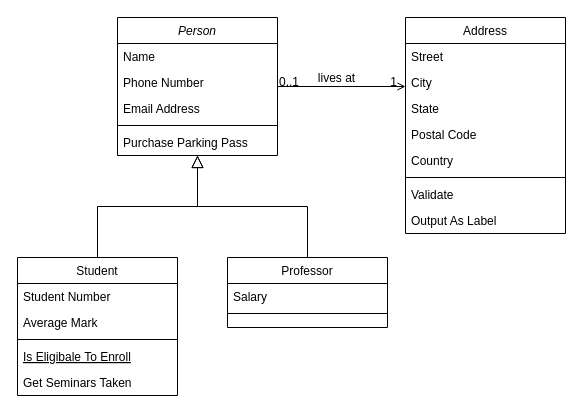
The draw.io diagram Untitled Diagram.drawio in vinivpest/diagrams, before the edit. Source tidied: cells renumbered, new cells numbered last; positions are measured from the earlier drawing's top-left corner, leaving out a move shared by most shapes. Both pictures are drawn from the tidied source at 100%, with x=0, y=0 at pixel (17, 17).
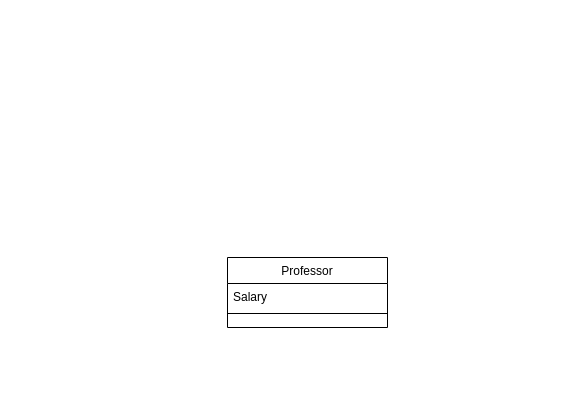
After the change.

The change refers to these unchanged cells:
```xml
<mxCell id="15" value="Professor" style="swimlane;fontStyle=0;align=center;verticalAlign=top;horizontal=1;startSize=26;rounded=0;shadow=0;strokeWidth=1;" parent="1" vertex="1">
  <mxGeometry x="210" y="240" width="160" height="70" as="geometry" />
</mxCell>
```

What changed in the source:
```diff
@@
-    <mxCell id="2" value="Person" style="swimlane;fontStyle=2;align=center;verticalAlign=top;horizontal=1;startSize=26;rounded=0;shadow=0;strokeWidth=1;" parent="1" vertex="1">
-      <mxGeometry x="100" width="160" height="138" as="geometry" />
-    </mxCell>
-    <mxCell id="3" value="Name" style="text;align=left;verticalAlign=top;spacingLeft=4;spacingRight=4;overflow=hidden;" parent="2" vertex="1">
-      <mxGeometry y="26" width="160" height="26" as="geometry" />
-    </mxCell>
-    <mxCell id="4" value="Phone Number" style="text;align=left;verticalAlign=top;spacingLeft=4;spacingRight=4;overflow=hidden;rounded=0;shadow=0;html=0;" parent="2" vertex="1">
-      <mxGeometry y="52" width="160" height="26" as="geometry" />
-    </mxCell>
-    <mxCell id="5" value="Email Address" style="text;align=left;verticalAlign=top;spacingLeft=4;spacingRight=4;overflow=hidden;rounded=0;shadow=0;html=0;" parent="2" vertex="1">
-      <mxGeometry y="78" width="160" height="26" as="geometry" />
-    </mxCell>
-    <mxCell id="6" style="line;html=1;strokeWidth=1;align=left;verticalAlign=middle;spacingTop=-1;spacingLeft=3;spacingRight=3;labelPosition=right;" parent="2" vertex="1">
-      <mxGeometry y="104" width="160" height="8" as="geometry" />
-    </mxCell>
-    <mxCell id="7" value="Purchase Parking Pass" style="text;align=left;verticalAlign=top;spacingLeft=4;spacingRight=4;overflow=hidden;" parent="2" vertex="1">
-      <mxGeometry y="112" width="160" height="26" as="geometry" />
-    </mxCell>
-    <mxCell id="8" value="Student" style="swimlane;fontStyle=0;align=center;verticalAlign=top;horizontal=1;startSize=26;rounded=0;shadow=0;strokeWidth=1;" parent="1" vertex="1">
-      <mxGeometry y="240" width="160" height="138" as="geometry" />
-    </mxCell>
-    <mxCell id="9" value="Student Number" style="text;align=left;verticalAlign=top;spacingLeft=4;spacingRight=4;overflow=hidden;" parent="8" vertex="1">
-      <mxGeometry y="26" width="160" height="26" as="geometry" />
-    </mxCell>
-    <mxCell id="10" value="Average Mark" style="text;align=left;verticalAlign=top;spacingLeft=4;spacingRight=4;overflow=hidden;rounded=0;shadow=0;html=0;" parent="8" vertex="1">
-      <mxGeometry y="52" width="160" height="26" as="geometry" />
-    </mxCell>
-    <mxCell id="11" style="line;html=1;strokeWidth=1;align=left;verticalAlign=middle;spacingTop=-1;spacingLeft=3;spacingRight=3;labelPosition=right;" parent="8" vertex="1">
-      <mxGeometry y="78" width="160" height="8" as="geometry" />
-    </mxCell>
-    <mxCell id="12" value="Is Eligibale To Enroll" style="text;align=left;verticalAlign=top;spacingLeft=4;spacingRight=4;overflow=hidden;fontStyle=4;" parent="8" vertex="1">
-      <mxGeometry y="86" width="160" height="26" as="geometry" />
-    </mxCell>
-    <mxCell id="13" value="Get Seminars Taken" style="text;align=left;verticalAlign=top;spacingLeft=4;spacingRight=4;overflow=hidden;" parent="8" vertex="1">
-      <mxGeometry y="112" width="160" height="26" as="geometry" />
-    </mxCell>
-    <mxCell id="14" style="endArrow=block;endSize=10;endFill=0;shadow=0;strokeWidth=1;rounded=0;edgeStyle=elbowEdgeStyle;elbow=vertical;" parent="1" edge="1" source="8" target="2">
-      <mxGeometry relative="1" as="geometry" />
-    </mxCell>
@@
-    <mxCell id="18" style="endArrow=block;endSize=10;endFill=0;shadow=0;strokeWidth=1;rounded=0;edgeStyle=elbowEdgeStyle;elbow=vertical;" parent="1" edge="1" source="15" target="2">
-      <mxGeometry relative="1" as="geometry" />
-    </mxCell>
-    <mxCell id="19" value="Address" style="swimlane;fontStyle=0;align=center;verticalAlign=top;horizontal=1;startSize=26;rounded=0;shadow=0;strokeWidth=1;" parent="1" vertex="1">
-      <mxGeometry x="388" width="160" height="216" as="geometry" />
-    </mxCell>
-    <mxCell id="20" value="Street" style="text;align=left;verticalAlign=top;spacingLeft=4;spacingRight=4;overflow=hidden;" parent="19" vertex="1">
-      <mxGeometry y="26" width="160" height="26" as="geometry" />
-    </mxCell>
-    <mxCell id="21" value="City" style="text;align=left;verticalAlign=top;spacingLeft=4;spacingRight=4;overflow=hidden;rounded=0;shadow=0;html=0;" parent="19" vertex="1">
-      <mxGeometry y="52" width="160" height="26" as="geometry" />
-    </mxCell>
-    <mxCell id="22" value="State" style="text;align=left;verticalAlign=top;spacingLeft=4;spacingRight=4;overflow=hidden;rounded=0;shadow=0;html=0;" parent="19" vertex="1">
-      <mxGeometry y="78" width="160" height="26" as="geometry" />
-    </mxCell>
-    <mxCell id="23" value="Postal Code" style="text;align=left;verticalAlign=top;spacingLeft=4;spacingRight=4;overflow=hidden;rounded=0;shadow=0;html=0;" parent="19" vertex="1">
-      <mxGeometry y="104" width="160" height="26" as="geometry" />
-    </mxCell>
-    <mxCell id="24" value="Country" style="text;align=left;verticalAlign=top;spacingLeft=4;spacingRight=4;overflow=hidden;rounded=0;shadow=0;html=0;" parent="19" vertex="1">
-      <mxGeometry y="130" width="160" height="26" as="geometry" />
-    </mxCell>
-    <mxCell id="25" style="line;html=1;strokeWidth=1;align=left;verticalAlign=middle;spacingTop=-1;spacingLeft=3;spacingRight=3;labelPosition=right;" parent="19" vertex="1">
-      <mxGeometry y="156" width="160" height="8" as="geometry" />
-    </mxCell>
-    <mxCell id="26" value="Validate" style="text;align=left;verticalAlign=top;spacingLeft=4;spacingRight=4;overflow=hidden;" parent="19" vertex="1">
-      <mxGeometry y="164" width="160" height="26" as="geometry" />
-    </mxCell>
-    <mxCell id="27" value="Output As Label" style="text;align=left;verticalAlign=top;spacingLeft=4;spacingRight=4;overflow=hidden;" parent="19" vertex="1">
-      <mxGeometry y="190" width="160" height="26" as="geometry" />
-    </mxCell>
-    <mxCell id="28" style="endArrow=open;shadow=0;strokeWidth=1;rounded=0;endFill=1;edgeStyle=elbowEdgeStyle;elbow=vertical;" parent="1" edge="1" source="2" target="19">
-      <mxGeometry x="0.5" y="41" relative="1" as="geometry">
-        <mxPoint x="-40" y="32" as="offset" />
-      </mxGeometry>
-    </mxCell>
-    <mxCell id="29" value="0..1" style="align=left;verticalAlign=bottom;labelBackgroundColor=none;fontSize=12;" parent="28" vertex="1">
-      <mxGeometry x="-1" relative="1" as="geometry">
-        <mxPoint y="4" as="offset" />
-      </mxGeometry>
-    </mxCell>
-    <mxCell id="30" value="1" style="align=right;verticalAlign=bottom;labelBackgroundColor=none;fontSize=12;" parent="28" vertex="1">
-      <mxGeometry x="1" relative="1" as="geometry">
-        <mxPoint x="-7" y="4" as="offset" />
-      </mxGeometry>
-    </mxCell>
-    <mxCell id="31" value="lives at" style="text;html=1;align=center;verticalAlign=middle;labelBackgroundColor=none;rounded=0;shadow=0;strokeWidth=1;fontSize=12;" parent="28" vertex="1">
-      <mxGeometry x="0.5" y="49" relative="1" as="geometry">
-        <mxPoint x="-38" y="40" as="offset" />
-      </mxGeometry>
-    </mxCell>
```
